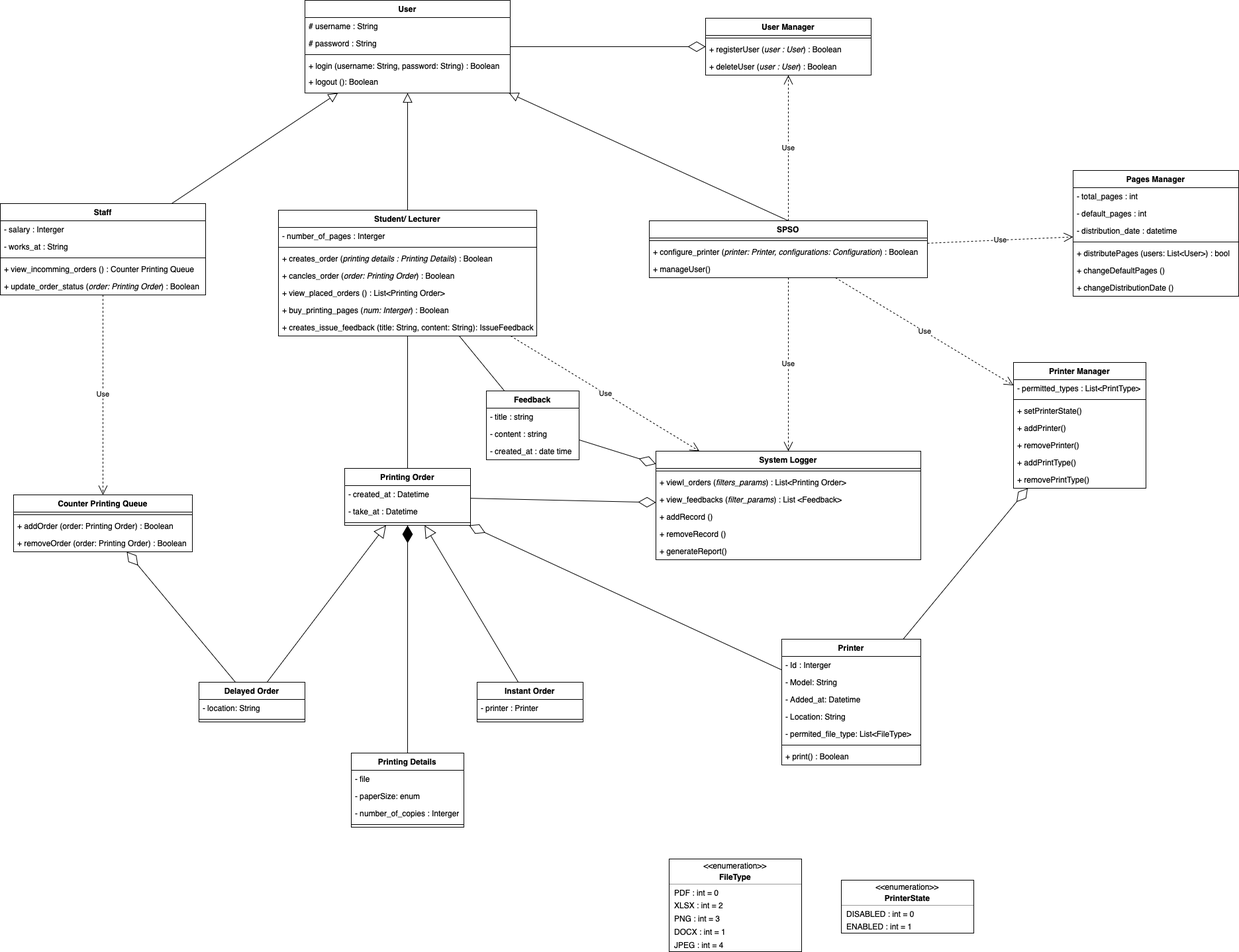
The draw.io diagram spss-class-diagram.drawio.png in blueonline07/auth-demo, before a commit. Source tidied: cells renumbered, new cells last; positions are measured from the earlier drawing's top-left corner, leaving out a move shared by most shapes.
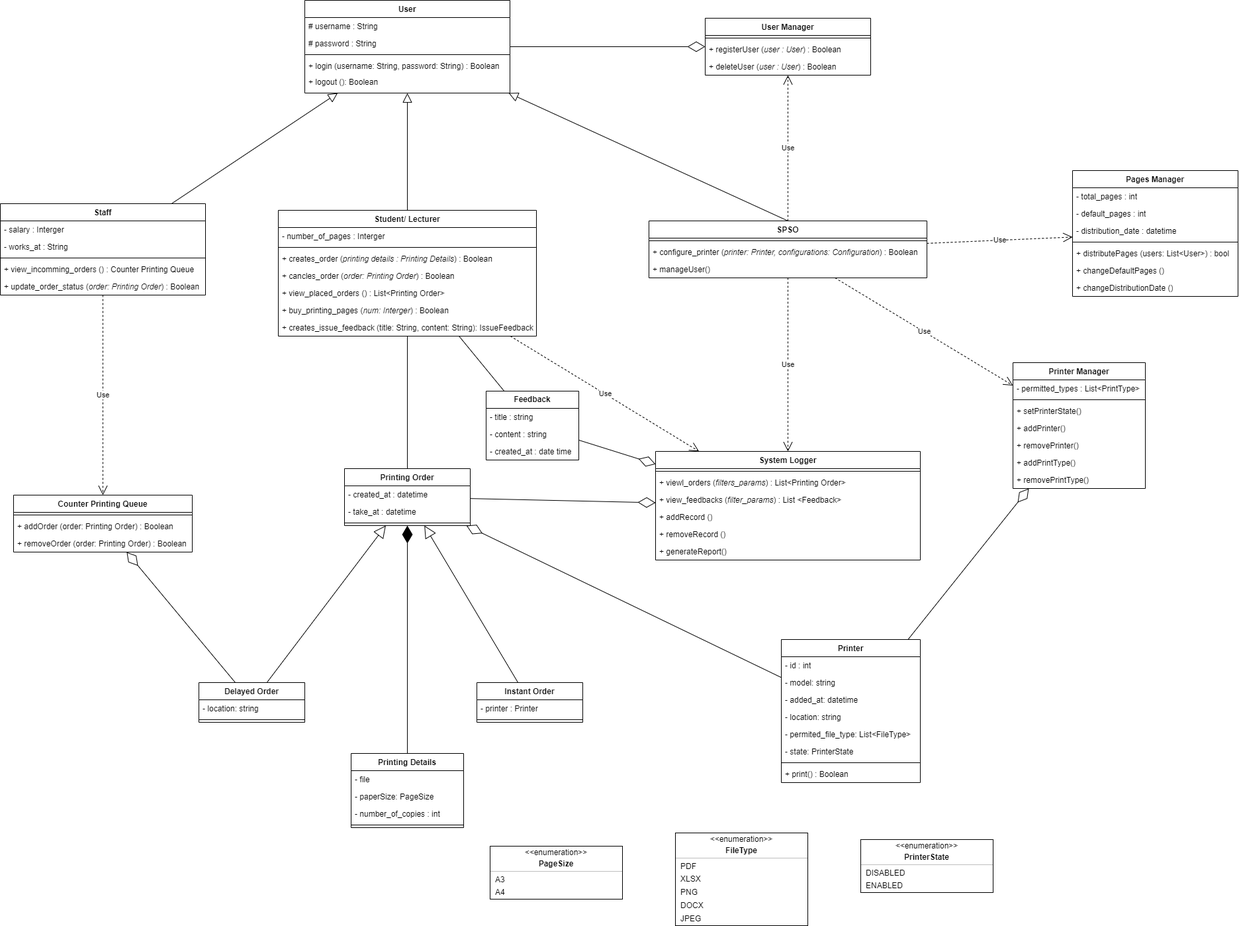
Above is the later version.

Commit message:
Cập nhật spss-class-diagram.drawio.png

Diff of the diagram source:
```diff
@@ -75,36 +75,39 @@
       <mxGeometry y="60" width="420" height="26" as="geometry" />
     </mxCell>
     <mxCell id="26" value="Printer" style="swimlane;fontStyle=1;align=center;verticalAlign=top;horizontal=1;startSize=26;whiteSpace=wrap;html=1;" parent="1" vertex="1">
-      <mxGeometry x="1180" y="965" width="210" height="190" as="geometry" />
+      <mxGeometry x="1180" y="965" width="210" height="216" as="geometry" />
     </mxCell>
-    <mxCell id="27" value="- Id : Interger" style="text;strokeColor=none;fillColor=none;align=left;verticalAlign=top;spacingLeft=4;spacingRight=4;overflow=hidden;whiteSpace=wrap;html=1;" parent="26" vertex="1">
+    <mxCell id="27" value="- id : int" style="text;strokeColor=none;fillColor=none;align=left;verticalAlign=top;spacingLeft=4;spacingRight=4;overflow=hidden;whiteSpace=wrap;html=1;" parent="26" vertex="1">
       <mxGeometry y="26" width="210" height="26" as="geometry" />
     </mxCell>
-    <mxCell id="28" value="- Model: String" style="text;strokeColor=none;fillColor=none;align=left;verticalAlign=top;spacingLeft=4;spacingRight=4;overflow=hidden;whiteSpace=wrap;html=1;" parent="26" vertex="1">
+    <mxCell id="28" value="- model: string" style="text;strokeColor=none;fillColor=none;align=left;verticalAlign=top;spacingLeft=4;spacingRight=4;overflow=hidden;whiteSpace=wrap;html=1;" parent="26" vertex="1">
       <mxGeometry y="52" width="210" height="26" as="geometry" />
     </mxCell>
-    <mxCell id="29" value="- Added_at: Datetime" style="text;strokeColor=none;fillColor=none;align=left;verticalAlign=top;spacingLeft=4;spacingRight=4;overflow=hidden;whiteSpace=wrap;html=1;" parent="26" vertex="1">
+    <mxCell id="29" value="- added_at: datetime" style="text;strokeColor=none;fillColor=none;align=left;verticalAlign=top;spacingLeft=4;spacingRight=4;overflow=hidden;whiteSpace=wrap;html=1;" parent="26" vertex="1">
       <mxGeometry y="78" width="210" height="26" as="geometry" />
     </mxCell>
-    <mxCell id="30" value="- Location: String" style="text;strokeColor=none;fillColor=none;align=left;verticalAlign=top;spacingLeft=4;spacingRight=4;overflow=hidden;whiteSpace=wrap;html=1;" parent="26" vertex="1">
+    <mxCell id="30" value="- location: string" style="text;strokeColor=none;fillColor=none;align=left;verticalAlign=top;spacingLeft=4;spacingRight=4;overflow=hidden;whiteSpace=wrap;html=1;" parent="26" vertex="1">
       <mxGeometry y="104" width="210" height="26" as="geometry" />
     </mxCell>
     <mxCell id="31" value="- permited_file_type: List&amp;lt;FileType&amp;gt;" style="text;strokeColor=none;fillColor=none;align=left;verticalAlign=top;spacingLeft=4;spacingRight=4;overflow=hidden;whiteSpace=wrap;html=1;" parent="26" vertex="1">
       <mxGeometry y="130" width="210" height="26" as="geometry" />
     </mxCell>
+    <mxCell id="119" value="- state: PrinterState" style="text;strokeColor=none;fillColor=none;align=left;verticalAlign=top;spacingLeft=4;spacingRight=4;overflow=hidden;whiteSpace=wrap;html=1;" parent="26" vertex="1">
+      <mxGeometry y="156" width="210" height="26" as="geometry" />
+    </mxCell>
     <mxCell id="32" style="line;strokeWidth=1;fillColor=none;align=left;verticalAlign=middle;spacingTop=-1;spacingLeft=3;spacingRight=3;labelPosition=right;strokeColor=inherit;" parent="26" vertex="1">
-      <mxGeometry y="156" width="210" height="8" as="geometry" />
+      <mxGeometry y="182" width="210" height="8" as="geometry" />
     </mxCell>
     <mxCell id="33" value="+ print() : Boolean" style="text;strokeColor=none;fillColor=none;align=left;verticalAlign=top;spacingLeft=4;spacingRight=4;overflow=hidden;whiteSpace=wrap;html=1;" parent="26" vertex="1">
-      <mxGeometry y="164" width="210" height="26" as="geometry" />
+      <mxGeometry y="190" width="210" height="26" as="geometry" />
     </mxCell>
     <mxCell id="34" value="Printing Order" style="swimlane;fontStyle=1;align=center;verticalAlign=top;horizontal=1;startSize=26;whiteSpace=wrap;html=1;" parent="1" vertex="1">
       <mxGeometry x="520" y="707" width="190" height="86" as="geometry" />
     </mxCell>
-    <mxCell id="35" value="- created_at : Datetime" style="text;strokeColor=none;fillColor=none;align=left;verticalAlign=top;spacingLeft=4;spacingRight=4;overflow=hidden;whiteSpace=wrap;html=1;" parent="34" vertex="1">
+    <mxCell id="35" value="- created_at : datetime" style="text;strokeColor=none;fillColor=none;align=left;verticalAlign=top;spacingLeft=4;spacingRight=4;overflow=hidden;whiteSpace=wrap;html=1;" parent="34" vertex="1">
       <mxGeometry y="26" width="190" height="26" as="geometry" />
     </mxCell>
-    <mxCell id="36" value="- take_at : Datetime" style="text;strokeColor=none;fillColor=none;align=left;verticalAlign=top;spacingLeft=4;spacingRight=4;overflow=hidden;whiteSpace=wrap;html=1;" parent="34" vertex="1">
+    <mxCell id="36" value="- take_at : datetime" style="text;strokeColor=none;fillColor=none;align=left;verticalAlign=top;spacingLeft=4;spacingRight=4;overflow=hidden;whiteSpace=wrap;html=1;" parent="34" vertex="1">
       <mxGeometry y="52" width="190" height="26" as="geometry" />
     </mxCell>
     <mxCell id="37" style="line;strokeWidth=1;fillColor=none;align=left;verticalAlign=middle;spacingTop=-1;spacingLeft=3;spacingRight=3;labelPosition=right;strokeColor=inherit;" parent="34" vertex="1">
@@ -156,7 +159,7 @@
       <mxGeometry y="138" width="400" height="26" as="geometry" />
     </mxCell>
     <mxCell id="53" style="fontStyle=1;align=center;verticalAlign=middle;horizontal=1;" parent="1" vertex="1">
-      <mxGeometry x="1010" y="1297" width="200" height="140" as="geometry" />
+      <mxGeometry x="1020" y="1257" width="200" height="140" as="geometry" />
     </mxCell>
     <mxCell id="54" value="&amp;lt;&amp;lt;enumeration&amp;gt;&amp;gt;" style="html=1;align=center;spacing=0;verticalAlign=middle;strokeColor=none;fillColor=none;whiteSpace=wrap;" parent="53" vertex="1">
       <mxGeometry width="200" height="20" as="geometry" />
@@ -167,19 +170,19 @@
     <mxCell id="56" style="line;strokeWidth=0.25;fillColor=none;align=left;verticalAlign=middle;spacingTop=-1;spacingLeft=3;spacingRight=3;labelPosition=right;" parent="53" vertex="1">
       <mxGeometry y="34" width="200" height="8" as="geometry" />
     </mxCell>
-    <mxCell id="57" value="PDF : int = 0" style="html=1;align=left;spacing=0;spacingLeft=8;verticalAlign=middle;strokeColor=none;fillColor=none;whiteSpace=wrap;" parent="53" vertex="1">
+    <mxCell id="57" value="PDF" style="html=1;align=left;spacing=0;spacingLeft=8;verticalAlign=middle;strokeColor=none;fillColor=none;whiteSpace=wrap;" parent="53" vertex="1">
       <mxGeometry y="42" width="200" height="18" as="geometry" />
     </mxCell>
-    <mxCell id="58" value="XLSX : int = 2" style="html=1;align=left;spacing=0;spacingLeft=8;verticalAlign=middle;strokeColor=none;fillColor=none;whiteSpace=wrap;" parent="53" vertex="1">
+    <mxCell id="58" value="XLSX" style="html=1;align=left;spacing=0;spacingLeft=8;verticalAlign=middle;strokeColor=none;fillColor=none;whiteSpace=wrap;" parent="53" vertex="1">
       <mxGeometry y="60" width="200" height="20" as="geometry" />
     </mxCell>
-    <mxCell id="59" value="PNG : int = 3" style="html=1;align=left;spacing=0;spacingLeft=8;verticalAlign=middle;strokeColor=none;fillColor=none;whiteSpace=wrap;" parent="53" vertex="1">
+    <mxCell id="59" value="PNG" style="html=1;align=left;spacing=0;spacingLeft=8;verticalAlign=middle;strokeColor=none;fillColor=none;whiteSpace=wrap;" parent="53" vertex="1">
       <mxGeometry y="80" width="200" height="20" as="geometry" />
     </mxCell>
-    <mxCell id="60" value="DOCX : int = 1" style="html=1;align=left;spacing=0;spacingLeft=8;verticalAlign=middle;strokeColor=none;fillColor=none;whiteSpace=wrap;" parent="53" vertex="1">
+    <mxCell id="60" value="DOCX" style="html=1;align=left;spacing=0;spacingLeft=8;verticalAlign=middle;strokeColor=none;fillColor=none;whiteSpace=wrap;" parent="53" vertex="1">
       <mxGeometry y="100" width="200" height="20" as="geometry" />
     </mxCell>
-    <mxCell id="61" value="JPEG : int = 4" style="html=1;align=left;spacing=0;spacingLeft=8;verticalAlign=middle;strokeColor=none;fillColor=none;whiteSpace=wrap;" parent="53" vertex="1">
+    <mxCell id="61" value="JPEG" style="html=1;align=left;spacing=0;spacingLeft=8;verticalAlign=middle;strokeColor=none;fillColor=none;whiteSpace=wrap;" parent="53" vertex="1">
       <mxGeometry y="120" width="200" height="20" as="geometry" />
     </mxCell>
     <mxCell id="62" style="endArrow=diamondThin;endFill=0;endSize=24;html=1;rounded=0;" parent="1" edge="1" source="26" target="34">
@@ -258,7 +261,7 @@
       <mxGeometry y="164" width="250" height="26" as="geometry" />
     </mxCell>
     <mxCell id="87" style="fontStyle=1;align=center;verticalAlign=middle;horizontal=1;" parent="1" vertex="1">
-      <mxGeometry x="1270" y="1329" width="200" height="80" as="geometry" />
+      <mxGeometry x="1300" y="1267" width="200" height="80" as="geometry" />
     </mxCell>
     <mxCell id="88" value="&amp;lt;&amp;lt;enumeration&amp;gt;&amp;gt;" style="html=1;align=center;spacing=0;verticalAlign=middle;strokeColor=none;fillColor=none;whiteSpace=wrap;" parent="87" vertex="1">
       <mxGeometry width="200" height="20" as="geometry" />
@@ -269,10 +272,10 @@
     <mxCell id="90" style="line;strokeWidth=0.25;fillColor=none;align=left;verticalAlign=middle;spacingTop=-1;spacingLeft=3;spacingRight=3;labelPosition=right;" parent="87" vertex="1">
       <mxGeometry y="34" width="200" height="8" as="geometry" />
     </mxCell>
-    <mxCell id="91" value="DISABLED : int = 0" style="html=1;align=left;spacing=0;spacingLeft=8;verticalAlign=middle;strokeColor=none;fillColor=none;whiteSpace=wrap;" parent="87" vertex="1">
+    <mxCell id="91" value="DISABLED" style="html=1;align=left;spacing=0;spacingLeft=8;verticalAlign=middle;strokeColor=none;fillColor=none;whiteSpace=wrap;" parent="87" vertex="1">
       <mxGeometry y="42" width="200" height="18" as="geometry" />
     </mxCell>
-    <mxCell id="92" value="ENABLED : int = 1" style="html=1;align=left;spacing=0;spacingLeft=8;verticalAlign=middle;strokeColor=none;fillColor=none;whiteSpace=wrap;" parent="87" vertex="1">
+    <mxCell id="92" value="ENABLED" style="html=1;align=left;spacing=0;spacingLeft=8;verticalAlign=middle;strokeColor=none;fillColor=none;whiteSpace=wrap;" parent="87" vertex="1">
       <mxGeometry y="60" width="200" height="20" as="geometry" />
     </mxCell>
     <mxCell id="93" style="endArrow=diamondThin;endFill=0;endSize=24;html=1;rounded=0;" parent="1" edge="1" source="26" target="71">
@@ -284,7 +287,7 @@
     <mxCell id="95" value="Delayed Order" style="swimlane;fontStyle=1;align=center;verticalAlign=top;horizontal=1;startSize=26;whiteSpace=wrap;html=1;" parent="1" vertex="1">
       <mxGeometry x="300" y="1030" width="160" height="60" as="geometry" />
     </mxCell>
-    <mxCell id="96" value="- location: String" style="text;strokeColor=none;fillColor=none;align=left;verticalAlign=top;spacingLeft=4;spacingRight=4;overflow=hidden;whiteSpace=wrap;html=1;" parent="95" vertex="1">
+    <mxCell id="96" value="- location: string" style="text;strokeColor=none;fillColor=none;align=left;verticalAlign=top;spacingLeft=4;spacingRight=4;overflow=hidden;whiteSpace=wrap;html=1;" parent="95" vertex="1">
       <mxGeometry y="26" width="160" height="26" as="geometry" />
     </mxCell>
     <mxCell id="97" style="line;strokeWidth=1;fillColor=none;align=left;verticalAlign=middle;spacingTop=-1;spacingLeft=3;spacingRight=3;labelPosition=right;strokeColor=inherit;" parent="95" vertex="1">
@@ -320,10 +323,10 @@
     <mxCell id="107" value="- file" style="text;strokeColor=none;fillColor=none;align=left;verticalAlign=top;spacingLeft=4;spacingRight=4;overflow=hidden;whiteSpace=wrap;html=1;" parent="106" vertex="1">
       <mxGeometry y="26" width="170" height="26" as="geometry" />
     </mxCell>
-    <mxCell id="108" value="- paperSize: enum" style="text;strokeColor=none;fillColor=none;align=left;verticalAlign=top;spacingLeft=4;spacingRight=4;overflow=hidden;whiteSpace=wrap;html=1;" parent="106" vertex="1">
+    <mxCell id="108" value="- paperSize: PageSize" style="text;strokeColor=none;fillColor=none;align=left;verticalAlign=top;spacingLeft=4;spacingRight=4;overflow=hidden;whiteSpace=wrap;html=1;" parent="106" vertex="1">
       <mxGeometry y="52" width="170" height="26" as="geometry" />
     </mxCell>
-    <mxCell id="109" value="- number_of_copies : Interger" style="text;strokeColor=none;fillColor=none;align=left;verticalAlign=top;spacingLeft=4;spacingRight=4;overflow=hidden;whiteSpace=wrap;html=1;" parent="106" vertex="1">
+    <mxCell id="109" value="- number_of_copies : int" style="text;strokeColor=none;fillColor=none;align=left;verticalAlign=top;spacingLeft=4;spacingRight=4;overflow=hidden;whiteSpace=wrap;html=1;" parent="106" vertex="1">
       <mxGeometry y="78" width="170" height="26" as="geometry" />
     </mxCell>
     <mxCell id="110" style="line;strokeWidth=1;fillColor=none;align=left;verticalAlign=middle;spacingTop=-1;spacingLeft=3;spacingRight=3;labelPosition=right;strokeColor=inherit;" parent="106" vertex="1">
@@ -353,5 +356,23 @@
     <mxCell id="118" style="endArrow=diamondThin;endFill=0;endSize=24;html=1;rounded=0;" parent="1" edge="1" source="113" target="46">
       <mxGeometry relative="1" as="geometry" />
     </mxCell>
+    <mxCell id="120" style="fontStyle=1;align=center;verticalAlign=middle;horizontal=1;" parent="1" vertex="1">
+      <mxGeometry x="740" y="1277" width="200" height="80" as="geometry" />
+    </mxCell>
+    <mxCell id="121" value="&amp;lt;&amp;lt;enumeration&amp;gt;&amp;gt;" style="html=1;align=center;spacing=0;verticalAlign=middle;strokeColor=none;fillColor=none;whiteSpace=wrap;" parent="120" vertex="1">
+      <mxGeometry width="200" height="20" as="geometry" />
+    </mxCell>
+    <mxCell id="122" value="PageSize" style="html=1;align=center;spacing=0;verticalAlign=middle;strokeColor=none;fillColor=none;whiteSpace=wrap;fontStyle=1;" parent="120" vertex="1">
+      <mxGeometry y="20" width="200" height="14" as="geometry" />
+    </mxCell>
+    <mxCell id="123" style="line;strokeWidth=0.25;fillColor=none;align=left;verticalAlign=middle;spacingTop=-1;spacingLeft=3;spacingRight=3;labelPosition=right;" parent="120" vertex="1">
+      <mxGeometry y="34" width="200" height="8" as="geometry" />
+    </mxCell>
+    <mxCell id="124" value="A3" style="html=1;align=left;spacing=0;spacingLeft=8;verticalAlign=middle;strokeColor=none;fillColor=none;whiteSpace=wrap;" parent="120" vertex="1">
+      <mxGeometry y="42" width="200" height="18" as="geometry" />
+    </mxCell>
+    <mxCell id="125" value="A4" style="html=1;align=left;spacing=0;spacingLeft=8;verticalAlign=middle;strokeColor=none;fillColor=none;whiteSpace=wrap;" parent="120" vertex="1">
+      <mxGeometry y="60" width="200" height="20" as="geometry" />
+    </mxCell>
   </root>
 </mxGraphModel>
```
